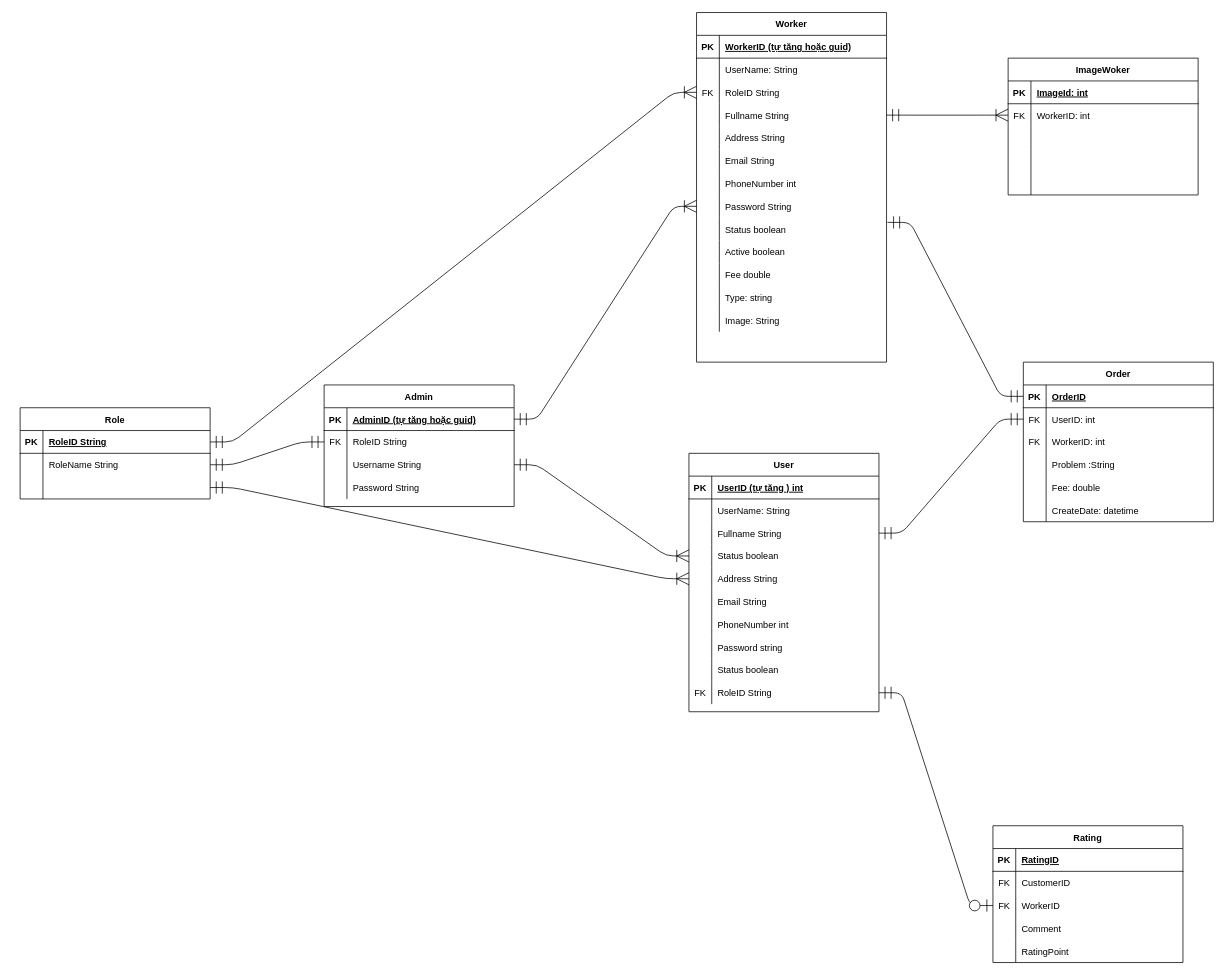
The draw.io diagram Database_Version1.drawio in tan0976861/RepairHomeElectricsBooking, before the edit. Source tidied: cells renumbered, new cells numbered last; positions are measured from the earlier drawing's top-left corner, leaving out a move shared by most shapes. Both pictures are drawn from the tidied source at 76%, with x=0, y=0 at pixel (20, 12).
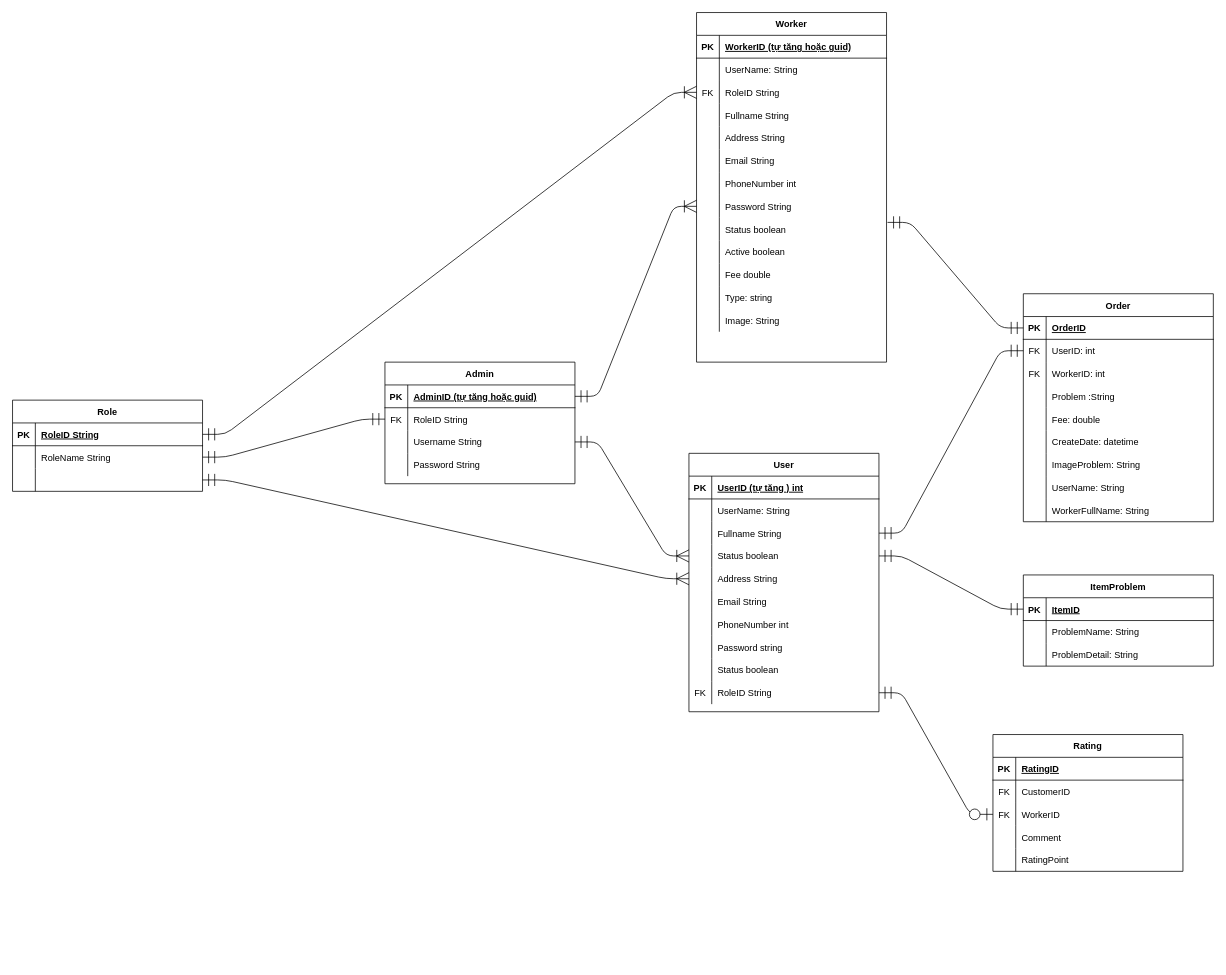
The same diagram, later.

Unchanged cells that the change refers to:
```xml
<mxCell id="22" style="shape=partialRectangle;fillColor=none;points=[[0,0.5],[1,0.5]];portConstraint=eastwest;top=0;left=0;right=0;bottom=0;" parent="12" vertex="1">
  <mxGeometry y="120" width="250" height="30" as="geometry" />
</mxCell>
<mxCell id="53" style="shape=partialRectangle;fillColor=none;points=[[0,0.5],[1,0.5]];portConstraint=eastwest;top=0;left=0;right=0;bottom=0;" parent="43" vertex="1">
  <mxGeometry y="120" width="250" height="30" as="geometry" />
</mxCell>
```

The edit, as a diff of the source:
```diff
@@
     <mxCell id="2" value="Role" style="shape=table;startSize=30;childLayout=tableLayout;rowLines=0;fontStyle=1;align=center;" parent="1" vertex="1">
-      <mxGeometry y="520" width="250" height="120" as="geometry" />
+      <mxGeometry x="-10" y="510" width="250" height="120" as="geometry" />
     </mxCell>
@@
     <mxCell id="83" value="Admin" style="shape=table;startSize=30;childLayout=tableLayout;rowLines=0;fontStyle=1;align=center;" parent="1" vertex="1">
-      <mxGeometry x="400" y="490" width="250" height="160" as="geometry" />
+      <mxGeometry x="480" y="460" width="250" height="160" as="geometry" />
     </mxCell>
@@
     <mxCell id="96" value="Rating" style="shape=table;startSize=30;childLayout=tableLayout;rowLines=0;fontStyle=1;align=center;" parent="1" vertex="1">
-      <mxGeometry x="1280" y="1070" width="250" height="180" as="geometry" />
+      <mxGeometry x="1280" y="950" width="250" height="180" as="geometry" />
     </mxCell>
@@
     <mxCell id="112" value="Order" style="shape=table;startSize=30;childLayout=tableLayout;rowLines=0;fontStyle=1;align=center;" parent="1" vertex="1">
-      <mxGeometry x="1320" y="460" width="250" height="210" as="geometry" />
+      <mxGeometry x="1320" y="370" width="250" height="300" as="geometry" />
     </mxCell>
@@
-    <mxCell id="131" value="ImageWoker" style="shape=table;startSize=30;childLayout=tableLayout;rowLines=0;fontStyle=1;align=center;" parent="1" vertex="1">
-      <mxGeometry x="1300" y="60" width="250" height="180" as="geometry" />
-    </mxCell>
-    <mxCell id="132" style="shape=partialRectangle;fillColor=none;points=[[0,0.5],[1,0.5]];portConstraint=eastwest;top=0;left=0;right=0;bottom=1;" parent="131" vertex="1">
-      <mxGeometry y="30" width="250" height="30" as="geometry" />
-    </mxCell>
-    <mxCell id="133" value="PK" style="shape=partialRectangle;overflow=hidden;fillColor=none;top=0;left=0;bottom=0;right=0;fontStyle=1;" parent="132" vertex="1">
-      <mxGeometry width="30" height="30" as="geometry" />
-    </mxCell>
-    <mxCell id="134" value="ImageId: int" style="shape=partialRectangle;overflow=hidden;fillColor=none;top=0;left=0;bottom=0;right=0;align=left;spacingLeft=6;fontStyle=5;" parent="132" vertex="1">
-      <mxGeometry x="30" width="220" height="30" as="geometry" />
-    </mxCell>
-    <mxCell id="135" style="shape=partialRectangle;fillColor=none;points=[[0,0.5],[1,0.5]];portConstraint=eastwest;top=0;left=0;right=0;bottom=0;" parent="131" vertex="1">
-      <mxGeometry y="60" width="250" height="30" as="geometry" />
-    </mxCell>
-    <mxCell id="136" value="FK" style="shape=partialRectangle;overflow=hidden;fillColor=none;top=0;left=0;bottom=0;right=0;" parent="135" vertex="1">
-      <mxGeometry width="30" height="30" as="geometry" />
-    </mxCell>
-    <mxCell id="137" value="WorkerID: int" style="shape=partialRectangle;overflow=hidden;fillColor=none;top=0;left=0;bottom=0;right=0;align=left;spacingLeft=6;" parent="135" vertex="1">
-      <mxGeometry x="30" width="220" height="30" as="geometry" />
-    </mxCell>
-    <mxCell id="138" style="shape=partialRectangle;fillColor=none;top=0;left=0;right=0;bottom=0;" parent="131" vertex="1">
-      <mxGeometry y="90" width="250" height="30" as="geometry" />
-    </mxCell>
-    <mxCell id="139" style="shape=partialRectangle;overflow=hidden;fillColor=none;top=0;left=0;bottom=0;right=0;" parent="138" vertex="1">
-      <mxGeometry width="30" height="30" as="geometry" />
-    </mxCell>
-    <mxCell id="140" style="shape=partialRectangle;overflow=hidden;fillColor=none;top=0;left=0;bottom=0;right=0;align=left;spacingLeft=6;" parent="138" vertex="1">
-      <mxGeometry x="30" width="220" height="30" as="geometry" />
-    </mxCell>
-    <mxCell id="141" style="shape=partialRectangle;fillColor=none;top=0;left=0;right=0;bottom=0;" parent="131" vertex="1">
-      <mxGeometry y="120" width="250" height="30" as="geometry" />
-    </mxCell>
-    <mxCell id="142" style="shape=partialRectangle;overflow=hidden;fillColor=none;top=0;left=0;bottom=0;right=0;" parent="141" vertex="1">
-      <mxGeometry width="30" height="30" as="geometry" />
-    </mxCell>
-    <mxCell id="143" style="shape=partialRectangle;overflow=hidden;fillColor=none;top=0;left=0;bottom=0;right=0;align=left;spacingLeft=6;" parent="141" vertex="1">
-      <mxGeometry x="30" width="220" height="30" as="geometry" />
-    </mxCell>
-    <mxCell id="144" style="shape=partialRectangle;fillColor=none;top=0;left=0;right=0;bottom=0;" parent="131" vertex="1">
-      <mxGeometry y="150" width="250" height="30" as="geometry" />
-    </mxCell>
-    <mxCell id="145" style="shape=partialRectangle;overflow=hidden;fillColor=none;top=0;left=0;bottom=0;right=0;" parent="144" vertex="1">
-      <mxGeometry width="30" height="30" as="geometry" />
-    </mxCell>
-    <mxCell id="146" style="shape=partialRectangle;overflow=hidden;fillColor=none;top=0;left=0;bottom=0;right=0;align=left;spacingLeft=6;" parent="144" vertex="1">
-      <mxGeometry x="30" width="220" height="30" as="geometry" />
-    </mxCell>
+    <mxCell id="156" style="shape=partialRectangle;fillColor=none;top=0;left=0;right=0;bottom=0;" parent="112" vertex="1">
+      <mxGeometry y="210" width="250" height="30" as="geometry" />
+    </mxCell>
+    <mxCell id="157" style="shape=partialRectangle;overflow=hidden;fillColor=none;top=0;left=0;bottom=0;right=0;" parent="156" vertex="1">
+      <mxGeometry width="30" height="30" as="geometry" />
+    </mxCell>
+    <mxCell id="158" value="ImageProblem: String" style="shape=partialRectangle;overflow=hidden;fillColor=none;top=0;left=0;bottom=0;right=0;align=left;spacingLeft=6;" parent="156" vertex="1">
+      <mxGeometry x="30" width="220" height="30" as="geometry" />
+    </mxCell>
+    <mxCell id="159" style="shape=partialRectangle;fillColor=none;top=0;left=0;right=0;bottom=0;" parent="112" vertex="1">
+      <mxGeometry y="240" width="250" height="30" as="geometry" />
+    </mxCell>
+    <mxCell id="160" style="shape=partialRectangle;overflow=hidden;fillColor=none;top=0;left=0;bottom=0;right=0;" parent="159" vertex="1">
+      <mxGeometry width="30" height="30" as="geometry" />
+    </mxCell>
+    <mxCell id="161" value="UserName: String" style="shape=partialRectangle;overflow=hidden;fillColor=none;top=0;left=0;bottom=0;right=0;align=left;spacingLeft=6;" parent="159" vertex="1">
+      <mxGeometry x="30" width="220" height="30" as="geometry" />
+    </mxCell>
+    <mxCell id="162" style="shape=partialRectangle;fillColor=none;top=0;left=0;right=0;bottom=0;" parent="112" vertex="1">
+      <mxGeometry y="270" width="250" height="30" as="geometry" />
+    </mxCell>
+    <mxCell id="163" style="shape=partialRectangle;overflow=hidden;fillColor=none;top=0;left=0;bottom=0;right=0;" parent="162" vertex="1">
+      <mxGeometry width="30" height="30" as="geometry" />
+    </mxCell>
+    <mxCell id="164" value="WorkerFullName: String" style="shape=partialRectangle;overflow=hidden;fillColor=none;top=0;left=0;bottom=0;right=0;align=left;spacingLeft=6;" parent="162" vertex="1">
+      <mxGeometry x="30" width="220" height="30" as="geometry" />
+    </mxCell>
@@
-    <mxCell id="155" style="edgeStyle=entityRelationEdgeStyle;fontSize=12;html=1;endArrow=ERoneToMany;startArrow=ERmandOne;startSize=14;endSize=14;sourcePerimeterSpacing=8;targetPerimeterSpacing=8;exitX=1;exitY=0.5;exitDx=0;exitDy=0;entryX=0;entryY=0.5;entryDx=0;entryDy=0;" parent="1" edge="1" source="53" target="135">
-      <mxGeometry relative="1" as="geometry" />
-    </mxCell>
+    <mxCell id="165" value="ItemProblem" style="shape=table;startSize=30;childLayout=tableLayout;rowLines=0;fontStyle=1;align=center;" parent="1" vertex="1">
+      <mxGeometry x="1320" y="740" width="250" height="120" as="geometry" />
+    </mxCell>
+    <mxCell id="132" style="shape=partialRectangle;fillColor=none;points=[[0,0.5],[1,0.5]];portConstraint=eastwest;top=0;left=0;right=0;bottom=1;" parent="165" vertex="1">
+      <mxGeometry y="30" width="250" height="30" as="geometry" />
+    </mxCell>
+    <mxCell id="133" value="PK" style="shape=partialRectangle;overflow=hidden;fillColor=none;top=0;left=0;bottom=0;right=0;fontStyle=1;" parent="132" vertex="1">
+      <mxGeometry width="30" height="30" as="geometry" />
+    </mxCell>
+    <mxCell id="166" value="ItemID" style="shape=partialRectangle;overflow=hidden;fillColor=none;top=0;left=0;bottom=0;right=0;align=left;spacingLeft=6;fontStyle=5;" parent="132" vertex="1">
+      <mxGeometry x="30" width="220" height="30" as="geometry" />
+    </mxCell>
+    <mxCell id="135" style="shape=partialRectangle;fillColor=none;points=[[0,0.5],[1,0.5]];portConstraint=eastwest;top=0;left=0;right=0;bottom=0;" parent="165" vertex="1">
+      <mxGeometry y="60" width="250" height="30" as="geometry" />
+    </mxCell>
+    <mxCell id="167" style="shape=partialRectangle;overflow=hidden;fillColor=none;top=0;left=0;bottom=0;right=0;" parent="135" vertex="1">
+      <mxGeometry width="30" height="30" as="geometry" />
+    </mxCell>
+    <mxCell id="168" value="ProblemName: String" style="shape=partialRectangle;overflow=hidden;fillColor=none;top=0;left=0;bottom=0;right=0;align=left;spacingLeft=6;" parent="135" vertex="1">
+      <mxGeometry x="30" width="220" height="30" as="geometry" />
+    </mxCell>
+    <mxCell id="138" style="shape=partialRectangle;fillColor=none;top=0;left=0;right=0;bottom=0;" parent="165" vertex="1">
+      <mxGeometry y="90" width="250" height="30" as="geometry" />
+    </mxCell>
+    <mxCell id="169" style="shape=partialRectangle;overflow=hidden;fillColor=none;top=0;left=0;bottom=0;right=0;" parent="138" vertex="1">
+      <mxGeometry width="30" height="30" as="geometry" />
+    </mxCell>
+    <mxCell id="170" value="ProblemDetail: String" style="shape=partialRectangle;overflow=hidden;fillColor=none;top=0;left=0;bottom=0;right=0;align=left;spacingLeft=6;" parent="138" vertex="1">
+      <mxGeometry x="30" width="220" height="30" as="geometry" />
+    </mxCell>
+    <mxCell id="171" style="edgeStyle=entityRelationEdgeStyle;fontSize=12;html=1;endArrow=ERmandOne;startArrow=ERmandOne;startSize=14;endSize=14;sourcePerimeterSpacing=8;targetPerimeterSpacing=8;exitX=1;exitY=0.5;exitDx=0;exitDy=0;entryX=0;entryY=0.5;entryDx=0;entryDy=0;" parent="1" edge="1" source="22" target="132">
+      <mxGeometry relative="1" as="geometry" />
+    </mxCell>
```
